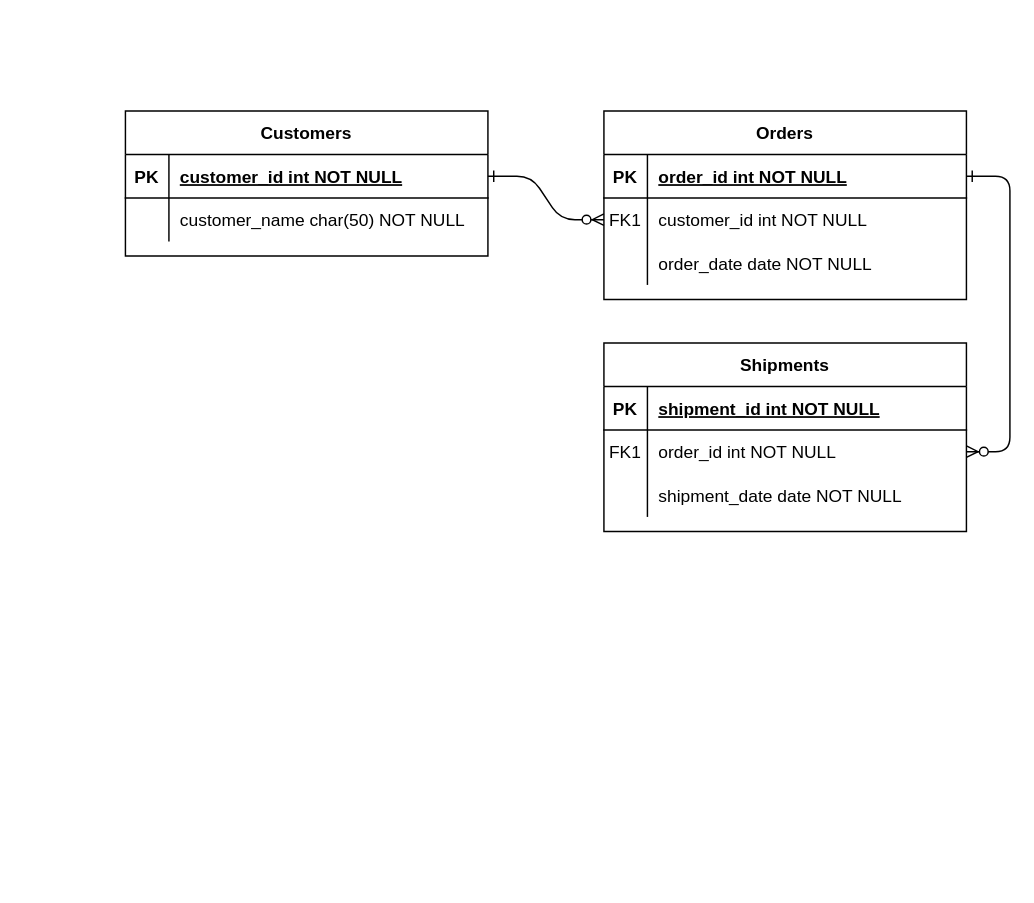
MihaiPop123/sdaCourse keeps this draw.io diagram as repair_shop.drawio. Above is the earlier version. Source tidied: cells renumbered, new cells numbered last; positions are measured from the earlier drawing's top-left corner, leaving out a move shared by most shapes. Both pictures are drawn from the tidied source at 145%, with x=0, y=0 at pixel (125, 110).
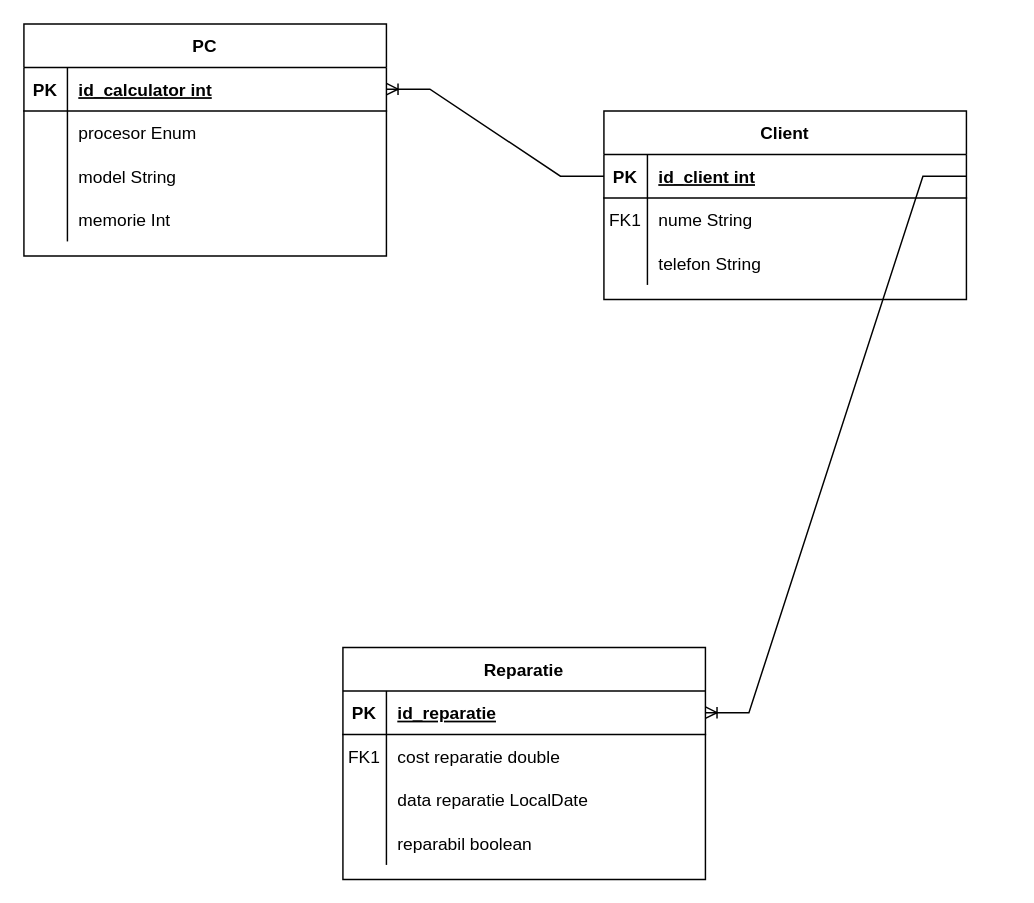
Above is the later version.

The change refers to these unchanged cells:
```xml
<mxCell id="5" style="shape=partialRectangle;fillColor=none;points=[[0,0.5],[1,0.5]];portConstraint=eastwest;top=0;left=0;right=0;bottom=1;" parent="4" vertex="1">
  <mxGeometry y="30" width="250" height="30" as="geometry" />
</mxCell>
<mxCell id="8" style="shape=partialRectangle;fillColor=none;points=[[0,0.5],[1,0.5]];portConstraint=eastwest;top=0;left=0;right=0;bottom=0;" parent="4" vertex="1">
  <mxGeometry y="60" width="250" height="30" as="geometry" />
</mxCell>
<mxCell id="11" style="shape=partialRectangle;fillColor=none;top=0;left=0;right=0;bottom=0;" parent="4" vertex="1">
  <mxGeometry y="90" width="250" height="30" as="geometry" />
</mxCell>
<mxCell id="15" style="shape=partialRectangle;fillColor=none;points=[[0,0.5],[1,0.5]];portConstraint=eastwest;top=0;left=0;right=0;bottom=1;" parent="14" vertex="1">
  <mxGeometry y="30" width="250" height="30" as="geometry" />
</mxCell>
<mxCell id="18" style="shape=partialRectangle;fillColor=none;points=[[0,0.5],[1,0.5]];portConstraint=eastwest;top=0;left=0;right=0;bottom=0;" parent="14" vertex="1">
  <mxGeometry y="60" width="250" height="30" as="geometry" />
</mxCell>
<mxCell id="21" style="shape=partialRectangle;fillColor=none;top=0;left=0;right=0;bottom=0;" parent="14" vertex="1">
  <mxGeometry y="90" width="250" height="30" as="geometry" />
</mxCell>
<mxCell id="25" style="shape=partialRectangle;fillColor=none;points=[[0,0.5],[1,0.5]];portConstraint=eastwest;top=0;left=0;right=0;bottom=1;" parent="24" vertex="1">
  <mxGeometry y="30" width="250" height="30" as="geometry" />
</mxCell>
<mxCell id="28" style="shape=partialRectangle;fillColor=none;top=0;left=0;right=0;bottom=0;" parent="24" vertex="1">
  <mxGeometry y="60" width="250" height="30" as="geometry" />
</mxCell>
```

What changed in the source:
```diff
@@
-    <mxCell id="2" style="edgeStyle=entityRelationEdgeStyle;endArrow=ERzeroToMany;startArrow=ERone;endFill=1;startFill=0;" parent="1" edge="1" source="25" target="8">
-      <mxGeometry relative="1" as="geometry" />
-    </mxCell>
-    <mxCell id="3" style="edgeStyle=entityRelationEdgeStyle;endArrow=ERzeroToMany;startArrow=ERone;endFill=1;startFill=0;" parent="1" edge="1" source="5" target="18">
-      <mxGeometry relative="1" as="geometry" />
-    </mxCell>
-    <mxCell id="4" value="Orders" style="shape=table;startSize=30;childLayout=tableLayout;rowLines=0;fontStyle=1;align=center;" parent="1" vertex="1">
+    <mxCell id="4" value="Client" style="shape=table;startSize=30;childLayout=tableLayout;rowLines=0;fontStyle=1;align=center;" parent="1" vertex="1">
       <mxGeometry x="330" width="250" height="130" as="geometry" />
     </mxCell>
@@
-    <mxCell id="7" value="order_id int NOT NULL " style="shape=partialRectangle;overflow=hidden;fillColor=none;top=0;left=0;bottom=0;right=0;align=left;spacingLeft=6;fontStyle=5;" parent="5" vertex="1">
+    <mxCell id="7" value="id_client int" style="shape=partialRectangle;overflow=hidden;fillColor=none;top=0;left=0;bottom=0;right=0;align=left;spacingLeft=6;fontStyle=5;" parent="5" vertex="1">
       <mxGeometry x="30" width="220" height="30" as="geometry" />
     </mxCell>
@@
-    <mxCell id="10" value="customer_id int NOT NULL" style="shape=partialRectangle;overflow=hidden;fillColor=none;top=0;left=0;bottom=0;right=0;align=left;spacingLeft=6;" parent="8" vertex="1">
+    <mxCell id="10" value="nume String" style="shape=partialRectangle;overflow=hidden;fillColor=none;top=0;left=0;bottom=0;right=0;align=left;spacingLeft=6;" parent="8" vertex="1">
       <mxGeometry x="30" width="220" height="30" as="geometry" />
     </mxCell>
@@
-    <mxCell id="13" value="order_date date NOT NULL" style="shape=partialRectangle;overflow=hidden;fillColor=none;top=0;left=0;bottom=0;right=0;align=left;spacingLeft=6;" parent="11" vertex="1">
+    <mxCell id="13" value="telefon String" style="shape=partialRectangle;overflow=hidden;fillColor=none;top=0;left=0;bottom=0;right=0;align=left;spacingLeft=6;" parent="11" vertex="1">
       <mxGeometry x="30" width="220" height="30" as="geometry" />
     </mxCell>
-    <mxCell id="14" value="Shipments" style="shape=table;startSize=30;childLayout=tableLayout;rowLines=0;fontStyle=1;align=center;" parent="1" vertex="1">
-      <mxGeometry x="330" y="160" width="250" height="130" as="geometry" />
+    <mxCell id="14" value="Reparatie" style="shape=table;startSize=30;childLayout=tableLayout;rowLines=0;fontStyle=1;align=center;" parent="1" vertex="1">
+      <mxGeometry x="150" y="370" width="250" height="160" as="geometry" />
     </mxCell>
@@
-    <mxCell id="17" value="shipment_id int NOT NULL " style="shape=partialRectangle;overflow=hidden;fillColor=none;top=0;left=0;bottom=0;right=0;align=left;spacingLeft=6;fontStyle=5;" parent="15" vertex="1">
+    <mxCell id="17" value="id_reparatie" style="shape=partialRectangle;overflow=hidden;fillColor=none;top=0;left=0;bottom=0;right=0;align=left;spacingLeft=6;fontStyle=5;" parent="15" vertex="1">
       <mxGeometry x="30" width="220" height="30" as="geometry" />
     </mxCell>
@@
-    <mxCell id="20" value="order_id int NOT NULL" style="shape=partialRectangle;overflow=hidden;fillColor=none;top=0;left=0;bottom=0;right=0;align=left;spacingLeft=6;" parent="18" vertex="1">
+    <mxCell id="20" value="cost reparatie double" style="shape=partialRectangle;overflow=hidden;fillColor=none;top=0;left=0;bottom=0;right=0;align=left;spacingLeft=6;" parent="18" vertex="1">
       <mxGeometry x="30" width="220" height="30" as="geometry" />
     </mxCell>
@@
-    <mxCell id="23" value="shipment_date date NOT NULL" style="shape=partialRectangle;overflow=hidden;fillColor=none;top=0;left=0;bottom=0;right=0;align=left;spacingLeft=6;" parent="21" vertex="1">
+    <mxCell id="23" value="data reparatie LocalDate" style="shape=partialRectangle;overflow=hidden;fillColor=none;top=0;left=0;bottom=0;right=0;align=left;spacingLeft=6;" parent="21" vertex="1">
       <mxGeometry x="30" width="220" height="30" as="geometry" />
     </mxCell>
+    <mxCell id="31" style="shape=partialRectangle;fillColor=none;top=0;left=0;right=0;bottom=0;" parent="14" vertex="1">
+      <mxGeometry y="120" width="250" height="30" as="geometry" />
+    </mxCell>
+    <mxCell id="32" style="shape=partialRectangle;overflow=hidden;fillColor=none;top=0;left=0;bottom=0;right=0;" parent="31" vertex="1">
+      <mxGeometry width="30" height="30" as="geometry" />
+    </mxCell>
+    <mxCell id="33" value="reparabil boolean" style="shape=partialRectangle;overflow=hidden;fillColor=none;top=0;left=0;bottom=0;right=0;align=left;spacingLeft=6;" parent="31" vertex="1">
+      <mxGeometry x="30" width="220" height="30" as="geometry" />
+    </mxCell>
-    <mxCell id="24" value="Customers" style="shape=table;startSize=30;childLayout=tableLayout;rowLines=0;fontStyle=1;align=center;" parent="1" vertex="1">
-      <mxGeometry width="250" height="100" as="geometry" />
+    <mxCell id="24" value="PC" style="shape=table;startSize=30;childLayout=tableLayout;rowLines=0;fontStyle=1;align=center;" parent="1" vertex="1">
+      <mxGeometry x="-70" y="-60" width="250" height="160" as="geometry" />
     </mxCell>
@@
-    <mxCell id="27" value="customer_id int NOT NULL " style="shape=partialRectangle;overflow=hidden;fillColor=none;top=0;left=0;bottom=0;right=0;align=left;spacingLeft=6;fontStyle=5;" parent="25" vertex="1">
+    <mxCell id="27" value="id_calculator int" style="shape=partialRectangle;overflow=hidden;fillColor=none;top=0;left=0;bottom=0;right=0;align=left;spacingLeft=6;fontStyle=5;" parent="25" vertex="1">
       <mxGeometry x="30" width="220" height="30" as="geometry" />
     </mxCell>
@@
-    <mxCell id="30" value="customer_name char(50) NOT NULL" style="shape=partialRectangle;overflow=hidden;fillColor=none;top=0;left=0;bottom=0;right=0;align=left;spacingLeft=6;" parent="28" vertex="1">
+    <mxCell id="30" value="procesor Enum" style="shape=partialRectangle;overflow=hidden;fillColor=none;top=0;left=0;bottom=0;right=0;align=left;spacingLeft=6;" parent="28" vertex="1">
       <mxGeometry x="30" width="220" height="30" as="geometry" />
     </mxCell>
+    <mxCell id="34" style="shape=partialRectangle;fillColor=none;top=0;left=0;right=0;bottom=0;" parent="24" vertex="1">
+      <mxGeometry y="90" width="250" height="30" as="geometry" />
+    </mxCell>
+    <mxCell id="35" style="shape=partialRectangle;overflow=hidden;fillColor=none;top=0;left=0;bottom=0;right=0;" parent="34" vertex="1">
+      <mxGeometry width="30" height="30" as="geometry" />
+    </mxCell>
+    <mxCell id="36" value="model String" style="shape=partialRectangle;overflow=hidden;fillColor=none;top=0;left=0;bottom=0;right=0;align=left;spacingLeft=6;" parent="34" vertex="1">
+      <mxGeometry x="30" width="220" height="30" as="geometry" />
+    </mxCell>
+    <mxCell id="37" style="shape=partialRectangle;fillColor=none;top=0;left=0;right=0;bottom=0;" parent="24" vertex="1">
+      <mxGeometry y="120" width="250" height="30" as="geometry" />
+    </mxCell>
+    <mxCell id="38" style="shape=partialRectangle;overflow=hidden;fillColor=none;top=0;left=0;bottom=0;right=0;" parent="37" vertex="1">
+      <mxGeometry width="30" height="30" as="geometry" />
+    </mxCell>
+    <mxCell id="39" value="memorie Int" style="shape=partialRectangle;overflow=hidden;fillColor=none;top=0;left=0;bottom=0;right=0;align=left;spacingLeft=6;" parent="37" vertex="1">
+      <mxGeometry x="30" width="220" height="30" as="geometry" />
+    </mxCell>
+    <mxCell id="40" style="edgeStyle=entityRelationEdgeStyle;fontSize=12;html=1;endArrow=ERoneToMany;rounded=0;entryX=1;entryY=0.5;entryDx=0;entryDy=0;exitX=1;exitY=0.5;exitDx=0;exitDy=0;" parent="1" edge="1" source="5" target="15">
+      <mxGeometry relative="1" as="geometry" />
+    </mxCell>
+    <mxCell id="41" style="edgeStyle=entityRelationEdgeStyle;fontSize=12;html=1;endArrow=ERoneToMany;rounded=0;entryX=1;entryY=0.5;entryDx=0;entryDy=0;exitX=0;exitY=0.5;exitDx=0;exitDy=0;" parent="1" edge="1" source="5" target="25">
+      <mxGeometry relative="1" as="geometry" />
+    </mxCell>
```
